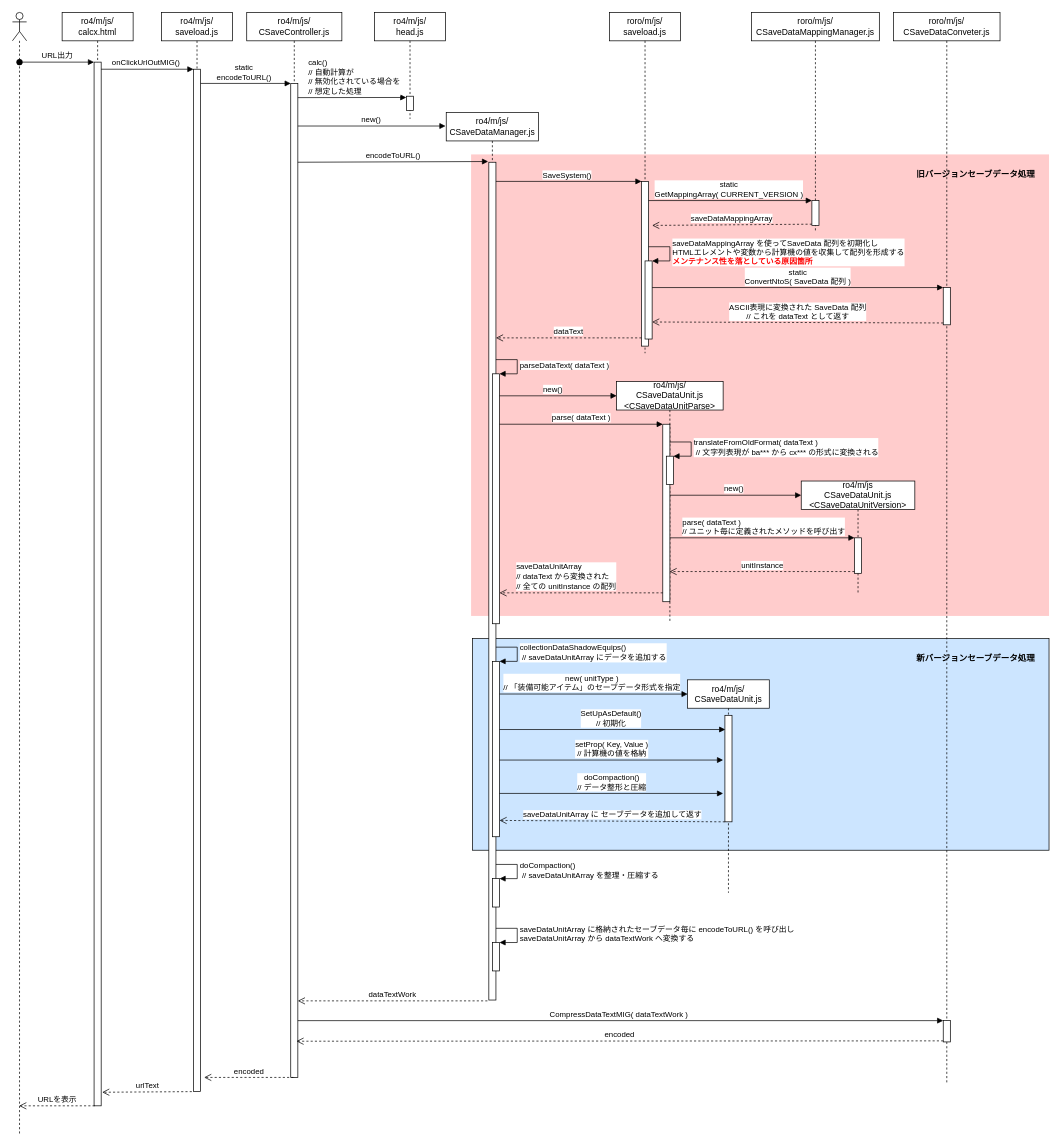
This is 解析メモ/シーケンス図「セーブ」.drawio from roratorio-hub/ratorio, a draw.io file, before an edit. Source tidied: cells renumbered, new cells numbered last; positions are measured from the earlier drawing's top-left corner, leaving out a move shared by most shapes. Both pictures are drawn from the tidied source at 71%, with x=0, y=0 at pixel (12, 12).
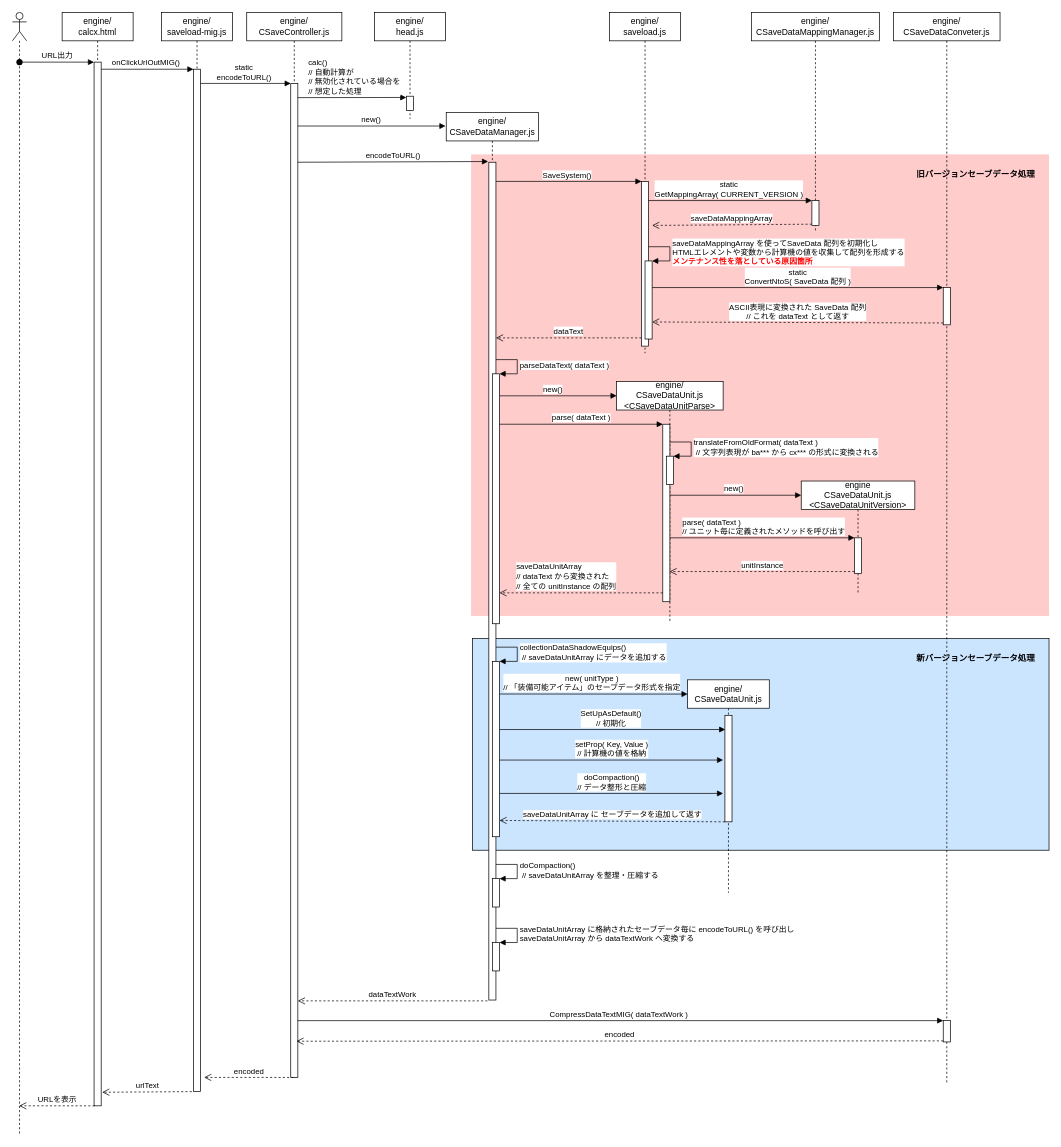
The same page after the edit.

What changed in the source:
```diff
@@
-    <mxCell id="10" value="ro4/m/js/&lt;br&gt;calcx.html" style="shape=umlLifeline;perimeter=lifelinePerimeter;whiteSpace=wrap;html=1;outlineConnect=0;" parent="1" vertex="1">
+    <mxCell id="10" value="engine/&lt;br&gt;calcx.html" style="shape=umlLifeline;perimeter=lifelinePerimeter;whiteSpace=wrap;html=1;outlineConnect=0;" parent="1" vertex="1">
       <mxGeometry x="70" width="100" height="1540" as="geometry" />
     </mxCell>
@@
-    <mxCell id="12" value="ro4/m/js/&lt;br&gt;saveload.js" style="shape=umlLifeline;perimeter=lifelinePerimeter;whiteSpace=wrap;html=1;outlineConnect=0;" parent="1" vertex="1">
+    <mxCell id="12" value="engine/&lt;br&gt;saveload-mig.js" style="shape=umlLifeline;perimeter=lifelinePerimeter;whiteSpace=wrap;html=1;outlineConnect=0;" parent="1" vertex="1">
       <mxGeometry x="210" width="100" height="1520" as="geometry" />
     </mxCell>
@@
-    <mxCell id="14" value="ro4/m/js/&lt;br&gt;CSaveController.js" style="shape=umlLifeline;perimeter=lifelinePerimeter;whiteSpace=wrap;html=1;outlineConnect=0;" parent="1" vertex="1">
+    <mxCell id="14" value="engine/&lt;br&gt;CSaveController.js" style="shape=umlLifeline;perimeter=lifelinePerimeter;whiteSpace=wrap;html=1;outlineConnect=0;" parent="1" vertex="1">
       <mxGeometry x="330" width="134" height="1500" as="geometry" />
     </mxCell>
@@
-    <mxCell id="18" value="ro4/m/js/&lt;br&gt;CSaveDataManager.js" style="shape=umlLifeline;perimeter=lifelinePerimeter;whiteSpace=wrap;html=1;" parent="1" vertex="1">
+    <mxCell id="18" value="engine/&lt;br&gt;CSaveDataManager.js" style="shape=umlLifeline;perimeter=lifelinePerimeter;whiteSpace=wrap;html=1;" parent="1" vertex="1">
       <mxGeometry x="611" y="141" width="130" height="1250" as="geometry" />
     </mxCell>
@@
-    <mxCell id="30" value="roro/m/js/&lt;br&gt;saveload.js" style="shape=umlLifeline;perimeter=lifelinePerimeter;whiteSpace=wrap;html=1;outlineConnect=0;" parent="1" vertex="1">
+    <mxCell id="30" value="engine/&lt;br&gt;saveload.js" style="shape=umlLifeline;perimeter=lifelinePerimeter;whiteSpace=wrap;html=1;outlineConnect=0;" parent="1" vertex="1">
       <mxGeometry x="841" width="100" height="480" as="geometry" />
     </mxCell>
@@
-    <mxCell id="34" value="ro4/m/js/&lt;br&gt;CSaveDataUnit.js&lt;br&gt;&amp;lt;CSaveDataUnitParse&amp;gt;" style="shape=umlLifeline;perimeter=lifelinePerimeter;whiteSpace=wrap;html=1;" parent="1" vertex="1">
+    <mxCell id="34" value="engine/&lt;br&gt;CSaveDataUnit.js&lt;br&gt;&amp;lt;CSaveDataUnitParse&amp;gt;" style="shape=umlLifeline;perimeter=lifelinePerimeter;whiteSpace=wrap;html=1;" parent="1" vertex="1">
       <mxGeometry x="851" y="520" width="150" height="340" as="geometry" />
     </mxCell>
@@
-    <mxCell id="45" value="ro4/m/js/&lt;br&gt;head.js" style="shape=umlLifeline;perimeter=lifelinePerimeter;whiteSpace=wrap;html=1;" parent="1" vertex="1">
+    <mxCell id="45" value="engine/&lt;br&gt;head.js" style="shape=umlLifeline;perimeter=lifelinePerimeter;whiteSpace=wrap;html=1;" parent="1" vertex="1">
       <mxGeometry x="510" width="100" height="150" as="geometry" />
     </mxCell>
@@
-    <mxCell id="49" value="roro/m/js/&lt;br&gt;CSaveDataMappingManager.js" style="shape=umlLifeline;perimeter=lifelinePerimeter;whiteSpace=wrap;html=1;gradientColor=none;" parent="1" vertex="1">
+    <mxCell id="49" value="engine/&lt;br&gt;CSaveDataMappingManager.js" style="shape=umlLifeline;perimeter=lifelinePerimeter;whiteSpace=wrap;html=1;gradientColor=none;" parent="1" vertex="1">
       <mxGeometry x="1041" width="180" height="310" as="geometry" />
     </mxCell>
@@
-    <mxCell id="52" value="roro/m/js/&lt;br&gt;CSaveDataConveter.js" style="shape=umlLifeline;perimeter=lifelinePerimeter;whiteSpace=wrap;html=1;gradientColor=none;" parent="1" vertex="1">
+    <mxCell id="52" value="engine/&lt;br&gt;CSaveDataConveter.js" style="shape=umlLifeline;perimeter=lifelinePerimeter;whiteSpace=wrap;html=1;gradientColor=none;" parent="1" vertex="1">
       <mxGeometry x="1241" width="150" height="1510" as="geometry" />
     </mxCell>
@@
-    <mxCell id="57" value="ro4/m/js&lt;br&gt;CSaveDataUnit.js&lt;br&gt;&amp;lt;CSaveDataUnitVersion&amp;gt;" style="shape=umlLifeline;perimeter=lifelinePerimeter;whiteSpace=wrap;html=1;gradientColor=none;" parent="1" vertex="1">
+    <mxCell id="57" value="engine&lt;br&gt;CSaveDataUnit.js&lt;br&gt;&amp;lt;CSaveDataUnitVersion&amp;gt;" style="shape=umlLifeline;perimeter=lifelinePerimeter;whiteSpace=wrap;html=1;gradientColor=none;" parent="1" vertex="1">
       <mxGeometry x="1111" y="660" width="160" height="160" as="geometry" />
     </mxCell>
@@
-    <mxCell id="60" value="ro4/m/js/&lt;br&gt;CSaveDataUnit.js" style="shape=umlLifeline;perimeter=lifelinePerimeter;whiteSpace=wrap;html=1;outlineConnect=0;gradientColor=none;" parent="1" vertex="1">
+    <mxCell id="60" value="engine/&lt;br&gt;CSaveDataUnit.js" style="shape=umlLifeline;perimeter=lifelinePerimeter;whiteSpace=wrap;html=1;outlineConnect=0;gradientColor=none;" parent="1" vertex="1">
       <mxGeometry x="951" y="940" width="115" height="300" as="geometry" />
     </mxCell>
```
